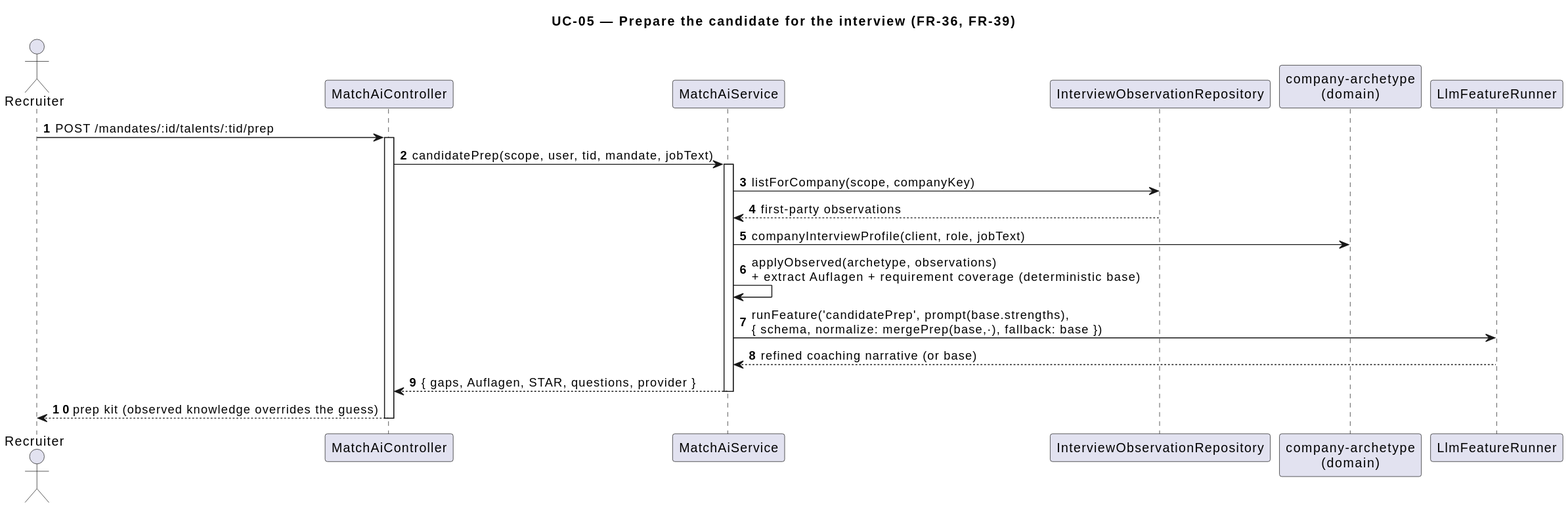
This is docs/umls/usecases/uc05_prep_kit.svg from NexusHero/Resume, a PlantUML export, as it was before one commit. Its source is kept beside it as docs/umls/usecases/uc05_prep_kit.puml. Source of this version:
```plantuml
@startuml uc05_prep_kit
title UC-05 — Prepare the candidate for the interview (FR-36, FR-39)

skinparam shadowing false
autonumber
actor Recruiter
participant MatchAiController as Ctrl
participant MatchAiService as Svc
participant InterviewObservationRepository as Obs
participant "company-archetype\n(domain)" as Arch
participant LlmFeatureRunner as Runner

Recruiter -> Ctrl : POST /mandates/:id/talents/:tid/prep
activate Ctrl
Ctrl -> Svc : candidatePrep(scope, user, tid, mandate, jobText)
activate Svc
Svc -> Obs : listForCompany(scope, companyKey)
Obs --> Svc : first-party observations
Svc -> Arch : companyInterviewProfile(client, role, jobText)
Svc -> Svc : applyObserved(archetype, observations)\n+ extract Auflagen + requirement coverage (deterministic base)
Svc -> Runner : runFeature('candidatePrep', prompt(base.strengths),\n{ schema, normalize: mergePrep(base,·), fallback: base })
Runner --> Svc : refined coaching narrative (or base)
Svc --> Ctrl : { gaps, Auflagen, STAR, questions, provider }
deactivate Svc
Ctrl --> Recruiter : prep kit (observed knowledge overrides the guess)
deactivate Ctrl
@enduml
```
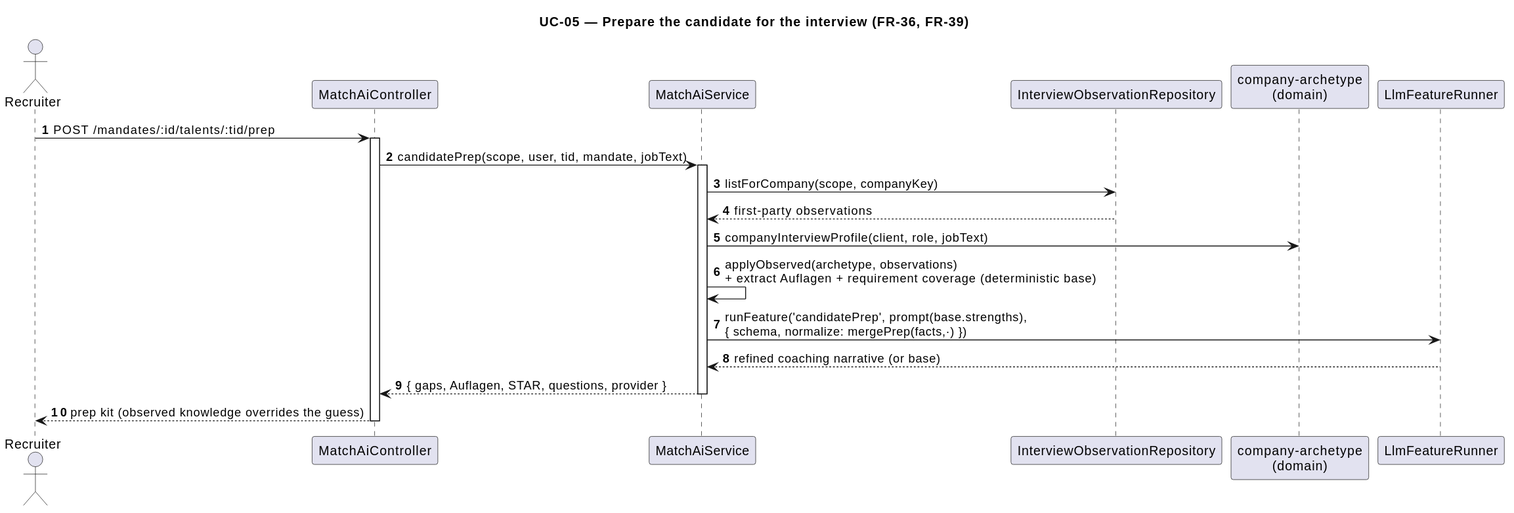
Later version of the same file.

Change to the diagram source:
```diff
@@ -18,7 +18,7 @@
 Obs --> Svc : first-party observations
 Svc -> Arch : companyInterviewProfile(client, role, jobText)
 Svc -> Svc : applyObserved(archetype, observations)\n+ extract Auflagen + requirement coverage (deterministic base)
-Svc -> Runner : runFeature('candidatePrep', prompt(base.strengths),\n{ schema, normalize: mergePrep(base,·), fallback: base })
+Svc -> Runner : runFeature('candidatePrep', prompt(base.strengths),\n{ schema, normalize: mergePrep(facts,·) })
 Runner --> Svc : refined coaching narrative (or base)
 Svc --> Ctrl : { gaps, Auflagen, STAR, questions, provider }
 deactivate Svc
```
